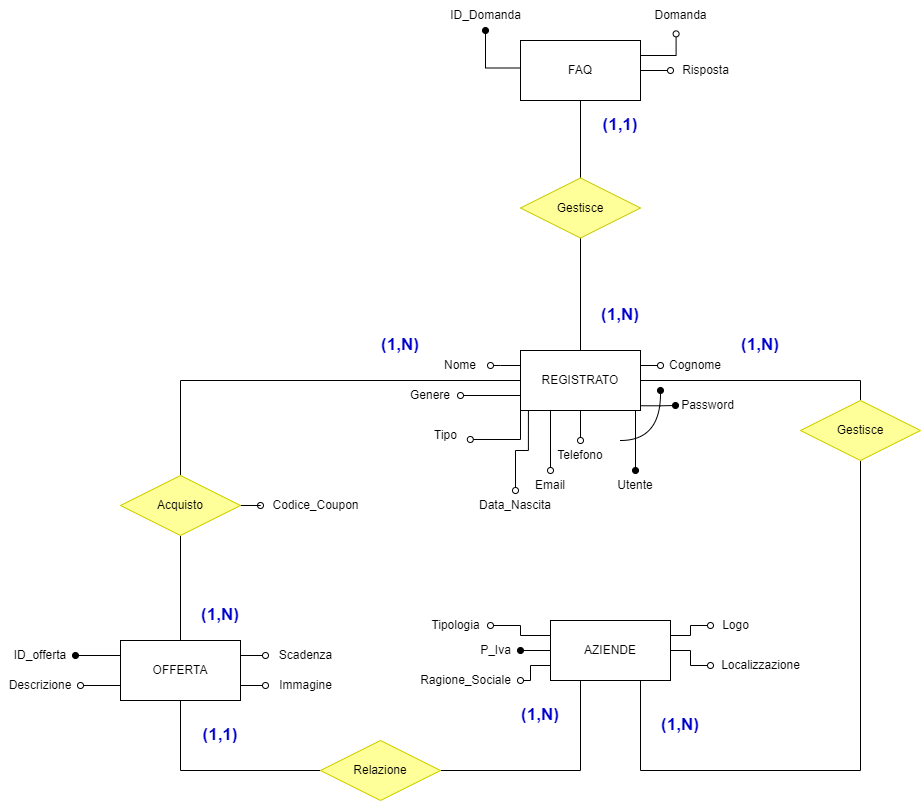
Above: ProgettoVecchio/Schemi/Schema_DB/DB_Progetto.png in MatteoSeresi/ProgettoWeb16 (draw.io), before the change. Source tidied: cells renumbered, new cells last; positions are measured from the earlier drawing's top-left corner, leaving out a move shared by most shapes.
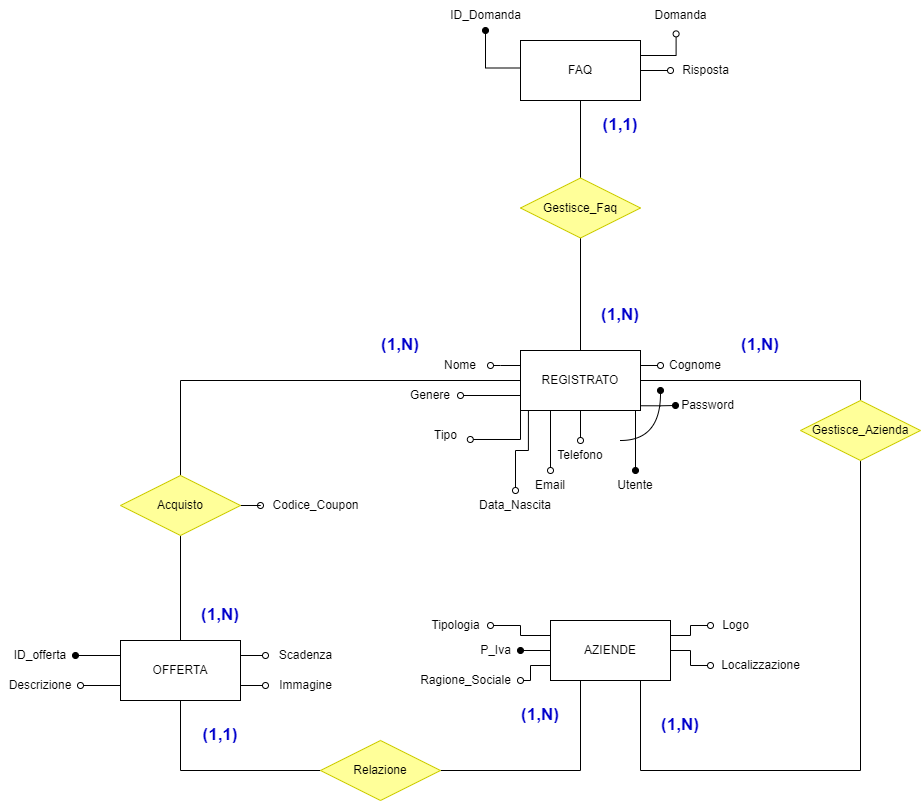
The same diagram one commit later.

What changed in the source:
```diff
@@ -175,7 +175,7 @@
         </Array>
       </mxGeometry>
     </mxCell>
-    <mxCell id="50" value="Gestisce" style="shape=rhombus;perimeter=rhombusPerimeter;whiteSpace=wrap;html=1;align=center;strokeColor=#CCCC00;fillColor=#FFFF99;" parent="1" vertex="1">
+    <mxCell id="50" value="Gestisce_Azienda" style="shape=rhombus;perimeter=rhombusPerimeter;whiteSpace=wrap;html=1;align=center;strokeColor=#CCCC00;fillColor=#FFFF99;" parent="1" vertex="1">
       <mxGeometry x="800" y="400" width="120" height="60" as="geometry" />
     </mxCell>
     <mxCell id="51" style="edgeStyle=orthogonalEdgeStyle;rounded=0;jettySize=auto;html=1;exitX=0;exitY=0.25;exitDx=0;exitDy=0;endArrow=oval;endFill=1;" parent="1" edge="1" source="54" target="60">
@@ -205,7 +205,7 @@
         </Array>
       </mxGeometry>
     </mxCell>
-    <mxCell id="57" value="Gestisce" style="shape=rhombus;perimeter=rhombusPerimeter;whiteSpace=wrap;html=1;align=center;strokeColor=#CCCC00;fillColor=#FFFF99;" parent="1" vertex="1">
+    <mxCell id="57" value="Gestisce_Faq" style="shape=rhombus;perimeter=rhombusPerimeter;whiteSpace=wrap;html=1;align=center;strokeColor=#CCCC00;fillColor=#FFFF99;" parent="1" vertex="1">
       <mxGeometry x="520" y="177.5" width="120" height="60" as="geometry" />
     </mxCell>
     <mxCell id="58" value="Domanda" style="text;html=1;align=center;verticalAlign=middle;points=[];strokeColor=none;fillColor=none;" parent="1" vertex="1">
```
